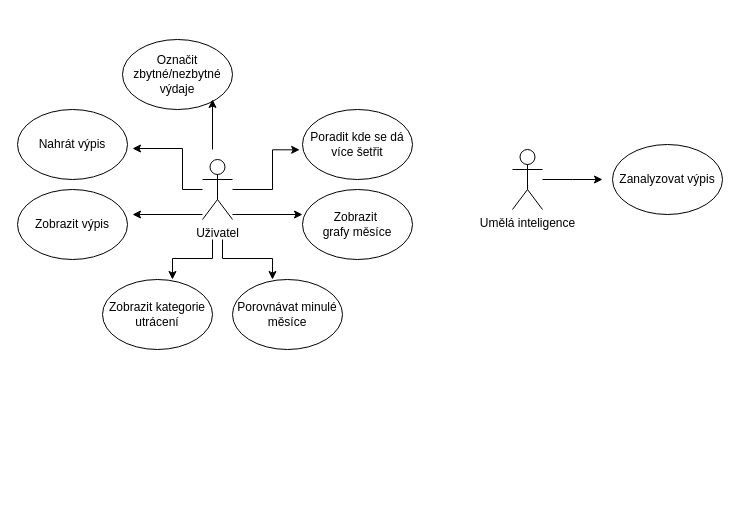
Earlier version of the draw.io diagram doc/use_case.drawio (PetrsGamers/bachelor_thesis_bank_trans_app). Source tidied: cells renumbered, new cells numbered last; positions are measured from the earlier drawing's top-left corner, leaving out a move shared by most shapes. Both pictures are drawn from the tidied source at 100%, with x=0, y=0 at pixel (17, 39).
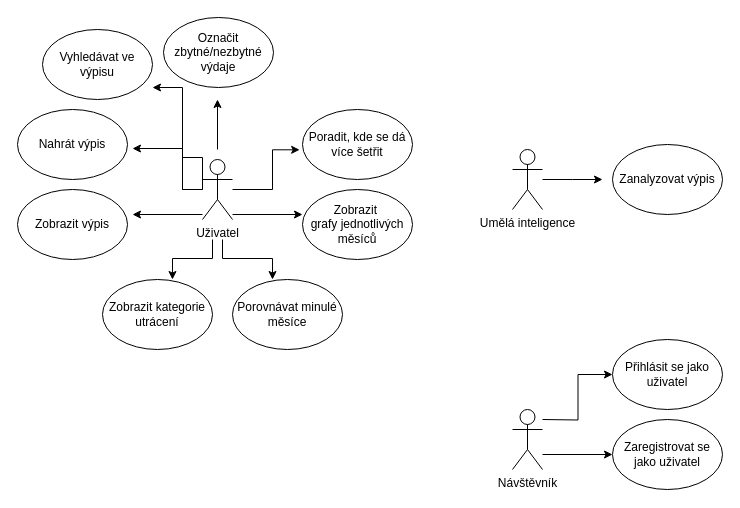
The same diagram, later.

Commit message (it also covers changes not shown here):
added diagrams for presentations

Diff of the diagram source:
```diff
@@
-    <mxCell id="12" value="Zobrazit&amp;nbsp;&lt;br&gt;grafy měsíce" style="ellipse;whiteSpace=wrap;html=1;" parent="1" vertex="1">
+    <mxCell id="12" value="Zobrazit&amp;nbsp;&lt;br&gt;grafy jednotlivých měsíců" style="ellipse;whiteSpace=wrap;html=1;" parent="1" vertex="1">
       <mxGeometry x="285" y="150" width="110" height="70" as="geometry" />
     </mxCell>
-    <mxCell id="13" value="Poradit kde se dá více šetřit" style="ellipse;whiteSpace=wrap;html=1;" parent="1" vertex="1">
+    <mxCell id="13" value="Poradit, kde se dá více šetřit" style="ellipse;whiteSpace=wrap;html=1;" parent="1" vertex="1">
       <mxGeometry x="285" y="70" width="110" height="70" as="geometry" />
     </mxCell>
@@
     <mxCell id="18" value="Označit zbytné/nezbytné výdaje" style="ellipse;whiteSpace=wrap;html=1;" parent="1" vertex="1">
-      <mxGeometry x="105" width="110" height="70" as="geometry" />
+      <mxGeometry x="146" y="-22" width="110" height="70" as="geometry" />
     </mxCell>
     <mxCell id="19" style="endArrow=classic;html=1;edgeStyle=orthogonalEdgeStyle;rounded=0;" parent="1" edge="1">
       <mxGeometry relative="1" as="geometry">
-        <mxPoint x="195" y="110" as="sourcePoint" />
-        <mxPoint x="195" y="60" as="targetPoint" />
+        <mxPoint x="200" y="110" as="sourcePoint" />
+        <mxPoint x="200" y="60" as="targetPoint" />
         <Array as="points">
-          <mxPoint x="195" y="110" />
+          <mxPoint x="200" y="110" />
         </Array>
       </mxGeometry>
     </mxCell>
+    <mxCell id="20" value="Návštěvník" style="shape=umlActor;verticalLabelPosition=bottom;verticalAlign=top;html=1;" parent="1" vertex="1">
+      <mxGeometry x="495" y="370" width="30" height="60" as="geometry" />
+    </mxCell>
+    <mxCell id="21" value="Přihlásit se jako uživatel" style="ellipse;whiteSpace=wrap;html=1;" parent="1" vertex="1">
+      <mxGeometry x="595" y="300" width="110" height="70" as="geometry" />
+    </mxCell>
+    <mxCell id="22" value="Zaregistrovat se jako uživatel" style="ellipse;whiteSpace=wrap;html=1;" parent="1" vertex="1">
+      <mxGeometry x="595" y="380" width="110" height="70" as="geometry" />
+    </mxCell>
+    <mxCell id="23" style="edgeStyle=orthogonalEdgeStyle;rounded=0;html=1;entryX=0;entryY=0.5;entryDx=0;entryDy=0;" parent="1" edge="1" target="21">
+      <mxGeometry relative="1" as="geometry">
+        <mxPoint x="525" y="380" as="sourcePoint" />
+      </mxGeometry>
+    </mxCell>
+    <mxCell id="24" style="edgeStyle=orthogonalEdgeStyle;rounded=0;html=1;" parent="1" edge="1">
+      <mxGeometry relative="1" as="geometry">
+        <mxPoint x="525" y="415" as="sourcePoint" />
+        <mxPoint x="595" y="415" as="targetPoint" />
+      </mxGeometry>
+    </mxCell>
+    <mxCell id="25" value="Vyhledávat ve výpisu" style="ellipse;whiteSpace=wrap;html=1;" parent="1" vertex="1">
+      <mxGeometry x="25" y="-10" width="110" height="70" as="geometry" />
+    </mxCell>
+    <mxCell id="26" style="endArrow=classic;html=1;edgeStyle=orthogonalEdgeStyle;rounded=0;" parent="1" edge="1">
+      <mxGeometry relative="1" as="geometry">
+        <mxPoint x="165" y="118" as="sourcePoint" />
+        <mxPoint x="135" y="48" as="targetPoint" />
+        <Array as="points">
+          <mxPoint x="185" y="118" />
+          <mxPoint x="185" y="150" />
+          <mxPoint x="165" y="150" />
+          <mxPoint x="165" y="48" />
+        </Array>
+      </mxGeometry>
+    </mxCell>
```
